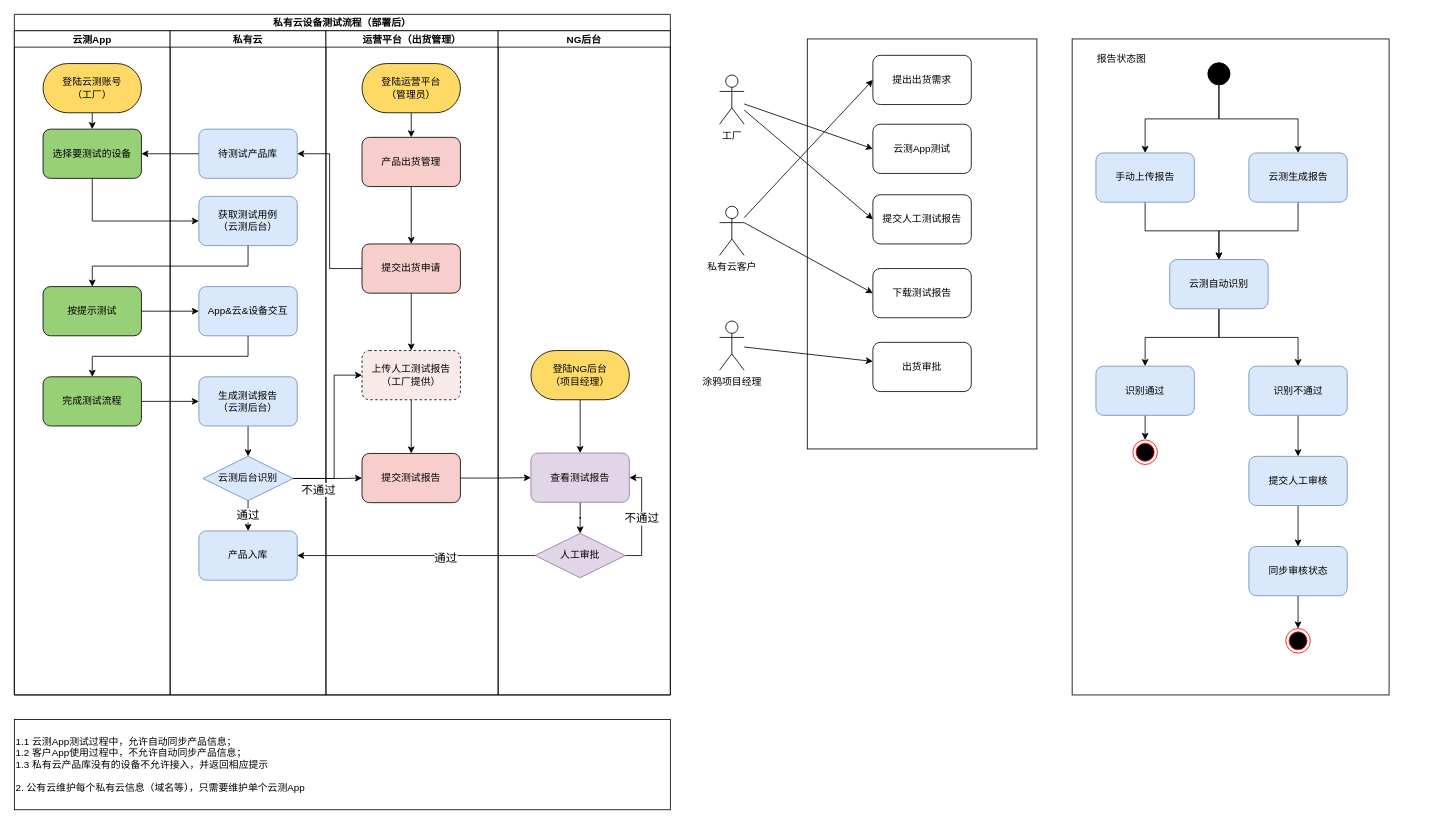
The draw.io diagram page "出货流程V2.0" (5 of 5) of Cube_workflow.drawio in Sidamor/drawio, before the edit. Source tidied: cells renumbered, new cells numbered last; positions are measured from the earlier drawing's top-left corner, leaving out a move shared by most shapes. Both pictures are drawn from the tidied source at 82%, with x=0, y=0 at pixel (14, 14).
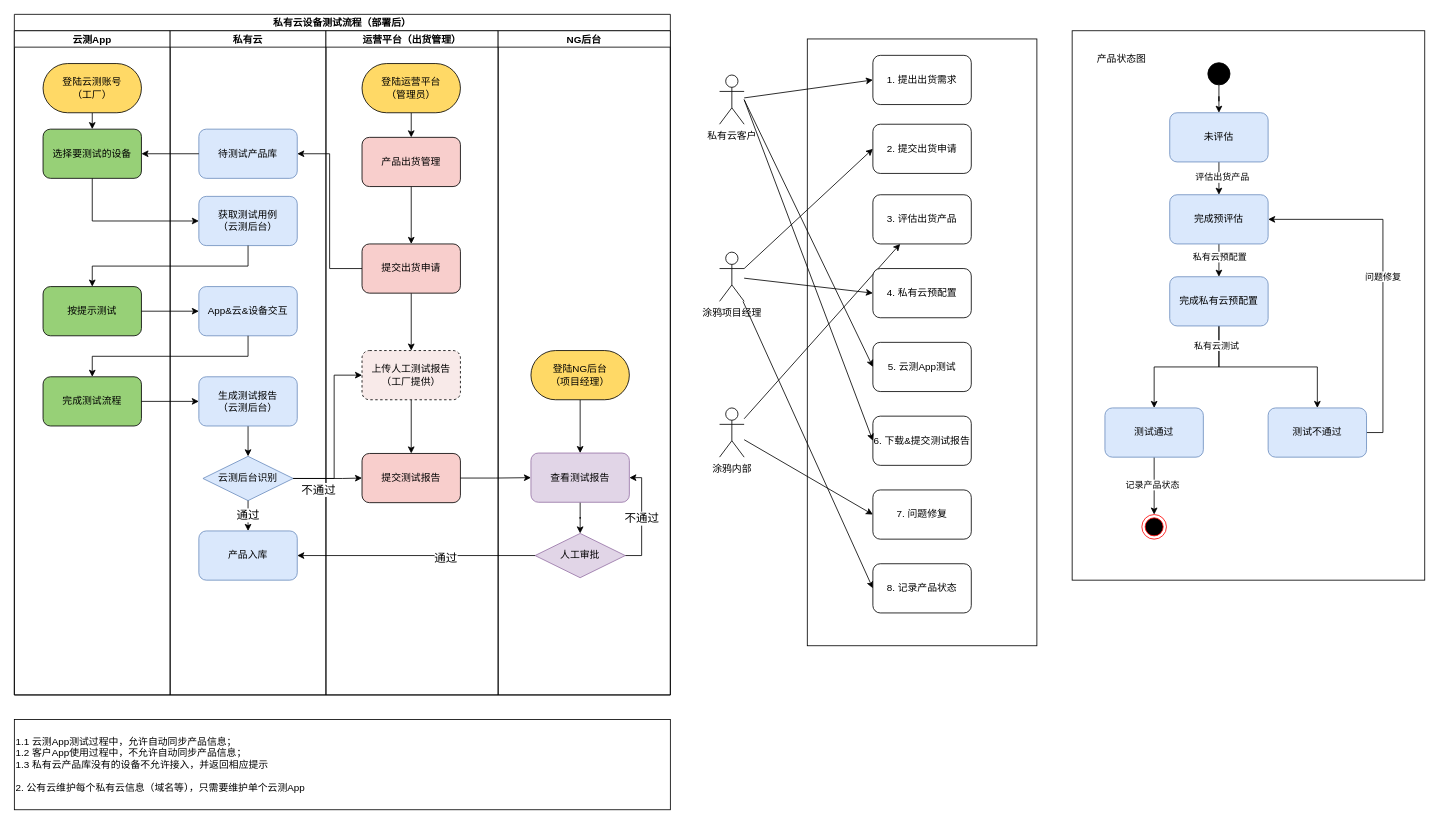
The same diagram, later.

Unchanged cells that the change refers to:
```xml
<mxCell id="68" style="ellipse;whiteSpace=wrap;html=1;fillColor=#000000;" parent="1" vertex="1">
  <mxGeometry x="1455.5" y="59" width="27" height="27" as="geometry" />
</mxCell>
```

Change to the diagram source:
```diff
@@
     <mxCell id="2" style="rounded=0;whiteSpace=wrap;html=1;fillColor=none;" parent="1" vertex="1">
-      <mxGeometry x="1290" y="30" width="386.5" height="800" as="geometry" />
+      <mxGeometry x="1290" y="20" width="430" height="670" as="geometry" />
     </mxCell>
     <mxCell id="3" style="group;" parent="1" vertex="1">
-      <mxGeometry x="860" y="30" width="387" height="500" as="geometry" />
+      <mxGeometry x="860" y="30" width="387" height="740" as="geometry" />
     </mxCell>
     <mxCell id="4" style="rounded=0;whiteSpace=wrap;html=1;" parent="3" vertex="1">
-      <mxGeometry x="107" width="280" height="500" as="geometry" />
+      <mxGeometry x="107" width="280" height="740" as="geometry" />
     </mxCell>
+    <mxCell id="86" style="rounded=0;jettySize=auto;html=1;entryX=0;entryY=0.5;entryDx=0;entryDy=0;" parent="3" edge="1" source="5" target="11">
+      <mxGeometry relative="1" as="geometry" />
+    </mxCell>
-    <mxCell id="5" value="工厂" style="shape=umlActor;verticalLabelPosition=bottom;verticalAlign=top;html=1;outlineConnect=0;" parent="3" vertex="1">
+    <mxCell id="5" value="私有云客户" style="shape=umlActor;verticalLabelPosition=bottom;verticalAlign=top;html=1;outlineConnect=0;" parent="3" vertex="1">
       <mxGeometry y="44" width="30" height="60" as="geometry" />
     </mxCell>
+    <mxCell id="87" style="edgeStyle=none;rounded=0;jettySize=auto;html=1;entryX=0;entryY=0.5;entryDx=0;entryDy=0;" parent="3" edge="1" source="6" target="90">
+      <mxGeometry relative="1" as="geometry" />
+    </mxCell>
-    <mxCell id="6" value="涂鸦项目经理" style="shape=umlActor;verticalLabelPosition=bottom;verticalAlign=top;html=1;outlineConnect=0;" parent="3" vertex="1">
-      <mxGeometry y="344" width="30" height="60" as="geometry" />
+    <mxCell id="6" value="涂鸦内部" style="shape=umlActor;verticalLabelPosition=bottom;verticalAlign=top;html=1;outlineConnect=0;" parent="3" vertex="1">
+      <mxGeometry y="450" width="30" height="60" as="geometry" />
     </mxCell>
@@
+    <mxCell id="88" style="edgeStyle=none;rounded=0;jettySize=auto;html=1;entryX=0;entryY=0.5;entryDx=0;entryDy=0;" parent="3" edge="1" source="8" target="91">
+      <mxGeometry relative="1" as="geometry" />
+    </mxCell>
+    <mxCell id="89" style="edgeStyle=none;rounded=0;jettySize=auto;html=1;entryX=0;entryY=0.5;entryDx=0;entryDy=0;" parent="3" edge="1" source="8" target="92">
+      <mxGeometry relative="1" as="geometry" />
+    </mxCell>
-    <mxCell id="8" value="私有云客户" style="shape=umlActor;verticalLabelPosition=bottom;verticalAlign=top;html=1;outlineConnect=0;" parent="3" vertex="1">
-      <mxGeometry y="204" width="30" height="60" as="geometry" />
+    <mxCell id="8" value="涂鸦项目经理" style="shape=umlActor;verticalLabelPosition=bottom;verticalAlign=top;html=1;outlineConnect=0;" parent="3" vertex="1">
+      <mxGeometry y="260" width="30" height="60" as="geometry" />
     </mxCell>
-    <mxCell id="9" value="云测App测试" style="rounded=1;whiteSpace=wrap;html=1;" parent="3" vertex="1">
-      <mxGeometry x="187" y="104" width="120" height="60" as="geometry" />
+    <mxCell id="9" value="5. 云测App测试" style="rounded=1;whiteSpace=wrap;html=1;" parent="3" vertex="1">
+      <mxGeometry x="187" y="370" width="120" height="60" as="geometry" />
     </mxCell>
-    <mxCell id="10" style="rounded=0;jettySize=auto;html=1;entryX=0;entryY=0.5;entryDx=0;entryDy=0;" parent="3" edge="1" source="5" target="9">
-      <mxGeometry relative="1" as="geometry" />
+    <mxCell id="10" style="rounded=0;jettySize=auto;html=1;entryX=0;entryY=0.5;entryDx=0;entryDy=0;" parent="3" edge="1" target="9">
+      <mxGeometry relative="1" as="geometry">
+        <mxPoint x="30" y="74" as="sourcePoint" />
+      </mxGeometry>
     </mxCell>
-    <mxCell id="11" value="提出出货需求" style="rounded=1;whiteSpace=wrap;html=1;" parent="3" vertex="1">
+    <mxCell id="11" value="1. 提出出货需求" style="rounded=1;whiteSpace=wrap;html=1;" parent="3" vertex="1">
       <mxGeometry x="187" y="20" width="120" height="60" as="geometry" />
     </mxCell>
-    <mxCell id="12" style="rounded=0;jettySize=auto;html=1;entryX=0;entryY=0.5;entryDx=0;entryDy=0;" parent="3" edge="1" source="8" target="11">
-      <mxGeometry relative="1" as="geometry" />
-    </mxCell>
-    <mxCell id="13" value="提交人工测试报告" style="rounded=1;whiteSpace=wrap;html=1;" parent="3" vertex="1">
-      <mxGeometry x="187" y="190" width="120" height="60" as="geometry" />
+    <mxCell id="13" value="6. 下载&amp;amp;提交测试报告" style="rounded=1;whiteSpace=wrap;html=1;" parent="3" vertex="1">
+      <mxGeometry x="187" y="460" width="120" height="60" as="geometry" />
     </mxCell>
-    <mxCell id="14" style="rounded=0;jettySize=auto;html=1;entryX=0;entryY=0.5;entryDx=0;entryDy=0;" parent="3" edge="1" source="5" target="13">
-      <mxGeometry relative="1" as="geometry" />
+    <mxCell id="14" style="rounded=0;jettySize=auto;html=1;entryX=0;entryY=0.5;entryDx=0;entryDy=0;" parent="3" edge="1" target="13">
+      <mxGeometry relative="1" as="geometry">
+        <mxPoint x="30" y="74" as="sourcePoint" />
+      </mxGeometry>
     </mxCell>
-    <mxCell id="15" value="出货审批" style="rounded=1;whiteSpace=wrap;html=1;" parent="3" vertex="1">
-      <mxGeometry x="187" y="370" width="120" height="60" as="geometry" />
+    <mxCell id="15" value="3. 评估出货产品" style="rounded=1;whiteSpace=wrap;html=1;" parent="3" vertex="1">
+      <mxGeometry x="187" y="190" width="120" height="60" as="geometry" />
     </mxCell>
@@
-    <mxCell id="17" value="下载测试报告" style="rounded=1;whiteSpace=wrap;html=1;" parent="3" vertex="1">
-      <mxGeometry x="187" y="280" width="120" height="60" as="geometry" />
+    <mxCell id="17" value="2. 提交出货申请" style="rounded=1;whiteSpace=wrap;html=1;" parent="3" vertex="1">
+      <mxGeometry x="187" y="104" width="120" height="60" as="geometry" />
     </mxCell>
+    <mxCell id="90" value="7. 问题修复" style="rounded=1;whiteSpace=wrap;html=1;" parent="3" vertex="1">
+      <mxGeometry x="187" y="550" width="120" height="60" as="geometry" />
+    </mxCell>
+    <mxCell id="91" value="4. 私有云预配置" style="rounded=1;whiteSpace=wrap;html=1;" parent="3" vertex="1">
+      <mxGeometry x="187" y="280" width="120" height="60" as="geometry" />
+    </mxCell>
+    <mxCell id="92" value="8. 记录产品状态" style="rounded=1;whiteSpace=wrap;html=1;" parent="3" vertex="1">
+      <mxGeometry x="187" y="640" width="120" height="60" as="geometry" />
+    </mxCell>
@@
     <mxCell id="65" style="ellipse;html=1;shape=endState;fillColor=#000000;strokeColor=#ff0000;" parent="1" vertex="1">
-      <mxGeometry x="1364" y="519" width="30" height="30" as="geometry" />
+      <mxGeometry x="1375" y="610" width="30" height="30" as="geometry" />
     </mxCell>
@@
-    <mxCell id="67" style="edgeStyle=orthogonalEdgeStyle;rounded=0;jettySize=auto;html=1;exitX=0.5;exitY=1;exitDx=0;exitDy=0;" parent="1" edge="1" source="68" target="71">
-      <mxGeometry relative="1" as="geometry" />
-    </mxCell>
@@
-    <mxCell id="69" value="报告状态图" style="text;html=1;align=center;verticalAlign=middle;strokeColor=none;fillColor=none;" parent="1" vertex="1">
+    <mxCell id="69" value="产品状态图" style="text;html=1;align=center;verticalAlign=middle;strokeColor=none;fillColor=none;" parent="1" vertex="1">
       <mxGeometry x="1310" y="40" width="80" height="30" as="geometry" />
     </mxCell>
-    <mxCell id="70" style="edgeStyle=orthogonalEdgeStyle;rounded=0;jettySize=auto;html=1;exitX=0.5;exitY=1;exitDx=0;exitDy=0;" parent="1" edge="1" source="71" target="76">
-      <mxGeometry relative="1" as="geometry" />
+    <mxCell id="70" style="edgeStyle=orthogonalEdgeStyle;rounded=0;orthogonalLoop=1;jettySize=auto;html=1;exitX=0.5;exitY=1;exitDx=0;exitDy=0;" parent="1" edge="1">
+      <mxGeometry relative="1" as="geometry">
+        <mxPoint x="1469" y="299" as="targetPoint" />
+      </mxGeometry>
     </mxCell>
-    <mxCell id="71" value="云测生成报告" style="rounded=1;whiteSpace=wrap;html=1;fillColor=#dae8fc;strokeColor=#6c8ebf;" parent="1" vertex="1">
-      <mxGeometry x="1505.5" y="169" width="120" height="60" as="geometry" />
-    </mxCell>
-    <mxCell id="72" style="edgeStyle=orthogonalEdgeStyle;rounded=0;jettySize=auto;html=1;exitX=0.5;exitY=1;exitDx=0;exitDy=0;entryX=0.5;entryY=0;entryDx=0;entryDy=0;" parent="1" edge="1" source="73" target="76">
-      <mxGeometry relative="1" as="geometry" />
-    </mxCell>
+    <mxCell id="93" style="edgeStyle=none;rounded=0;jettySize=auto;html=1;" parent="1" edge="1" source="73" target="97">
+      <mxGeometry relative="1" as="geometry" />
+    </mxCell>
+    <mxCell id="94" value="评估出货产品" style="edgeLabel;html=1;align=center;verticalAlign=middle;" parent="93" vertex="1">
+      <mxGeometry x="-0.12" y="3" relative="1" as="geometry" />
+    </mxCell>
-    <mxCell id="73" value="手动上传报告" style="rounded=1;whiteSpace=wrap;html=1;fillColor=#dae8fc;strokeColor=#6c8ebf;" parent="1" vertex="1">
-      <mxGeometry x="1319" y="169" width="120" height="60" as="geometry" />
+    <mxCell id="73" value="未评估" style="rounded=1;whiteSpace=wrap;html=1;fillColor=#dae8fc;strokeColor=#6c8ebf;" parent="1" vertex="1">
+      <mxGeometry x="1409" y="120" width="120" height="60" as="geometry" />
     </mxCell>
-    <mxCell id="74" style="edgeStyle=orthogonalEdgeStyle;rounded=0;jettySize=auto;html=1;" parent="1" edge="1" source="76" target="78">
-      <mxGeometry relative="1" as="geometry" />
+    <mxCell id="74" style="edgeStyle=orthogonalEdgeStyle;rounded=0;orthogonalLoop=1;jettySize=auto;html=1;" parent="1" edge="1">
+      <mxGeometry relative="1" as="geometry">
+        <mxPoint x="1379" y="429" as="targetPoint" />
+      </mxGeometry>
     </mxCell>
-    <mxCell id="75" style="edgeStyle=orthogonalEdgeStyle;rounded=0;jettySize=auto;html=1;" parent="1" edge="1" source="76" target="80">
-      <mxGeometry relative="1" as="geometry" />
+    <mxCell id="75" style="edgeStyle=orthogonalEdgeStyle;rounded=0;orthogonalLoop=1;jettySize=auto;html=1;" parent="1" edge="1">
+      <mxGeometry relative="1" as="geometry">
+        <mxPoint x="1565.6" y="429" as="targetPoint" />
+      </mxGeometry>
     </mxCell>
-    <mxCell id="76" value="云测自动识别" style="rounded=1;whiteSpace=wrap;html=1;fillColor=#dae8fc;strokeColor=#6c8ebf;" parent="1" vertex="1">
-      <mxGeometry x="1409" y="299" width="120" height="60" as="geometry" />
-    </mxCell>
-    <mxCell id="77" style="edgeStyle=orthogonalEdgeStyle;rounded=0;jettySize=auto;html=1;exitX=0.5;exitY=1;exitDx=0;exitDy=0;entryX=0.5;entryY=0;entryDx=0;entryDy=0;" parent="1" edge="1" source="78" target="65">
-      <mxGeometry relative="1" as="geometry" />
-    </mxCell>
-    <mxCell id="78" value="识别通过" style="rounded=1;whiteSpace=wrap;html=1;fillColor=#dae8fc;strokeColor=#6c8ebf;" parent="1" vertex="1">
-      <mxGeometry x="1319" y="429" width="120" height="60" as="geometry" />
-    </mxCell>
-    <mxCell id="79" style="edgeStyle=orthogonalEdgeStyle;rounded=0;jettySize=auto;html=1;" parent="1" edge="1" source="80" target="82">
-      <mxGeometry relative="1" as="geometry" />
+    <mxCell id="79" style="edgeStyle=orthogonalEdgeStyle;rounded=0;orthogonalLoop=1;jettySize=auto;html=1;" parent="1" edge="1">
+      <mxGeometry relative="1" as="geometry">
+        <mxPoint x="1565.5" y="539" as="targetPoint" />
+      </mxGeometry>
     </mxCell>
-    <mxCell id="80" value="识别不通过" style="rounded=1;whiteSpace=wrap;html=1;fillColor=#dae8fc;strokeColor=#6c8ebf;" parent="1" vertex="1">
-      <mxGeometry x="1505.5" y="429" width="120" height="60" as="geometry" />
-    </mxCell>
-    <mxCell id="81" style="edgeStyle=orthogonalEdgeStyle;rounded=0;jettySize=auto;html=1;" parent="1" edge="1" source="82" target="84">
-      <mxGeometry relative="1" as="geometry" />
+    <mxCell id="81" style="edgeStyle=orthogonalEdgeStyle;rounded=0;orthogonalLoop=1;jettySize=auto;html=1;" parent="1" edge="1">
+      <mxGeometry relative="1" as="geometry">
+        <mxPoint x="1565.5" y="649" as="targetPoint" />
+      </mxGeometry>
     </mxCell>
-    <mxCell id="82" value="提交人工审核" style="rounded=1;whiteSpace=wrap;html=1;fillColor=#dae8fc;strokeColor=#6c8ebf;" parent="1" vertex="1">
-      <mxGeometry x="1505.5" y="539" width="120" height="60" as="geometry" />
-    </mxCell>
-    <mxCell id="83" style="edgeStyle=orthogonalEdgeStyle;rounded=0;jettySize=auto;html=1;exitX=0.5;exitY=1;exitDx=0;exitDy=0;entryX=0.5;entryY=0;entryDx=0;entryDy=0;" parent="1" edge="1" source="84" target="85">
-      <mxGeometry relative="1" as="geometry" />
-    </mxCell>
-    <mxCell id="84" value="同步审核状态" style="rounded=1;whiteSpace=wrap;html=1;fillColor=#dae8fc;strokeColor=#6c8ebf;" parent="1" vertex="1">
-      <mxGeometry x="1505.5" y="649" width="120" height="60" as="geometry" />
-    </mxCell>
-    <mxCell id="85" style="ellipse;html=1;shape=endState;fillColor=#000000;strokeColor=#ff0000;" parent="1" vertex="1">
-      <mxGeometry x="1550.5" y="749" width="30" height="30" as="geometry" />
-    </mxCell>
+    <mxCell id="95" style="edgeStyle=none;rounded=0;jettySize=auto;html=1;" parent="1" edge="1" source="97" target="101">
+      <mxGeometry relative="1" as="geometry" />
+    </mxCell>
+    <mxCell id="96" value="私有云预配置" style="edgeLabel;html=1;align=center;verticalAlign=middle;" parent="95" vertex="1">
+      <mxGeometry x="-0.23" relative="1" as="geometry" />
+    </mxCell>
+    <mxCell id="97" value="完成预评估" style="rounded=1;whiteSpace=wrap;html=1;fillColor=#dae8fc;strokeColor=#6c8ebf;" parent="1" vertex="1">
+      <mxGeometry x="1409" y="220" width="120" height="60" as="geometry" />
+    </mxCell>
+    <mxCell id="98" style="edgeStyle=orthogonalEdgeStyle;rounded=0;jettySize=auto;html=1;exitX=0.5;exitY=1;exitDx=0;exitDy=0;" parent="1" edge="1" source="101" target="104">
+      <mxGeometry relative="1" as="geometry" />
+    </mxCell>
+    <mxCell id="99" style="edgeStyle=orthogonalEdgeStyle;rounded=0;jettySize=auto;html=1;exitX=0.5;exitY=1;exitDx=0;exitDy=0;" parent="1" edge="1" source="101" target="106">
+      <mxGeometry relative="1" as="geometry" />
+    </mxCell>
+    <mxCell id="100" value="私有云测试" style="edgeLabel;html=1;align=center;verticalAlign=middle;" parent="99" vertex="1">
+      <mxGeometry x="-0.79" y="-4" relative="1" as="geometry" />
+    </mxCell>
+    <mxCell id="101" value="完成私有云预配置" style="rounded=1;whiteSpace=wrap;html=1;fillColor=#dae8fc;strokeColor=#6c8ebf;" parent="1" vertex="1">
+      <mxGeometry x="1409" y="320" width="120" height="60" as="geometry" />
+    </mxCell>
+    <mxCell id="102" style="edgeStyle=orthogonalEdgeStyle;rounded=0;jettySize=auto;html=1;exitX=0.5;exitY=1;exitDx=0;exitDy=0;entryX=0.5;entryY=0;entryDx=0;entryDy=0;" parent="1" edge="1" source="104" target="65">
+      <mxGeometry relative="1" as="geometry" />
+    </mxCell>
+    <mxCell id="103" value="记录产品状态" style="edgeLabel;html=1;align=center;verticalAlign=middle;" parent="102" vertex="1">
+      <mxGeometry x="-0.06" y="-3" relative="1" as="geometry" />
+    </mxCell>
+    <mxCell id="104" value="测试通过" style="rounded=1;whiteSpace=wrap;html=1;fillColor=#dae8fc;strokeColor=#6c8ebf;" parent="1" vertex="1">
+      <mxGeometry x="1330" y="480" width="120" height="60" as="geometry" />
+    </mxCell>
+    <mxCell id="105" value="问题修复" style="edgeStyle=orthogonalEdgeStyle;rounded=0;jettySize=auto;html=1;exitX=1;exitY=0.5;exitDx=0;exitDy=0;entryX=1;entryY=0.5;entryDx=0;entryDy=0;" parent="1" edge="1" source="106" target="97">
+      <mxGeometry relative="1" as="geometry" />
+    </mxCell>
+    <mxCell id="106" value="测试不通过" style="rounded=1;whiteSpace=wrap;html=1;fillColor=#dae8fc;strokeColor=#6c8ebf;" parent="1" vertex="1">
+      <mxGeometry x="1529" y="480" width="120" height="60" as="geometry" />
+    </mxCell>
```
